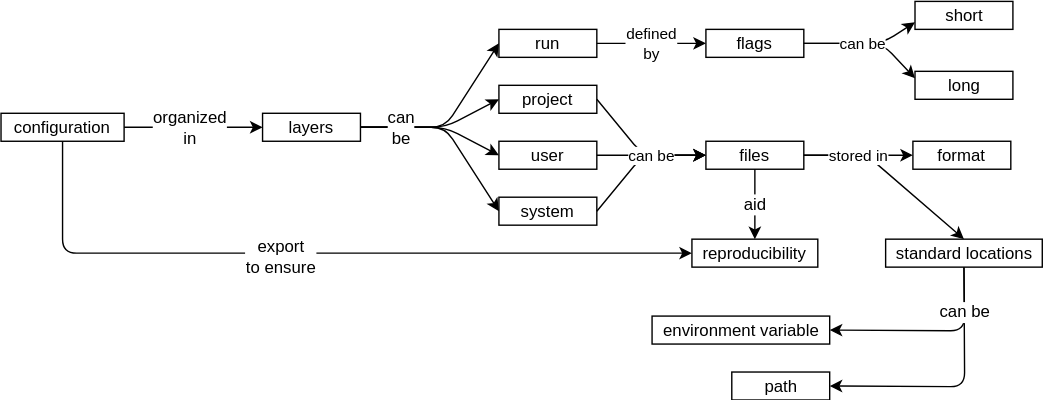
Above: en/program-configuration.svg in rstudio/concept-maps (draw.io), before the change. Source tidied: cells renumbered, new cells last; positions are measured from the earlier drawing's top-left corner, leaving out a move shared by most shapes.
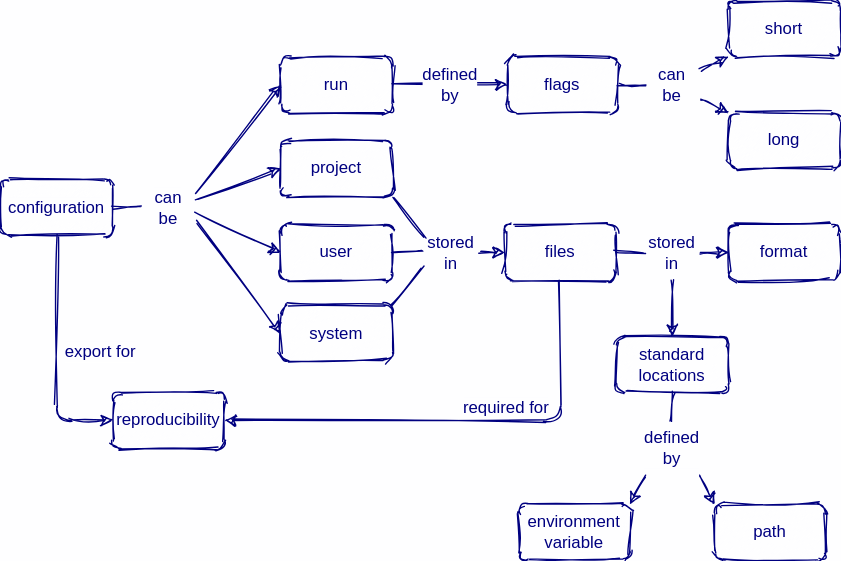
Above is the later version.

Commit message:
program configuration

Diff of the diagram source:
```diff
@@ -1,165 +1,144 @@
-<mxGraphModel>
+<mxGraphModel background="#FEFEFF">
   <root>
     <mxCell id="0" />
     <mxCell id="1" parent="0" />
-    <mxCell id="2" value="configuration" style="rounded=0;whiteSpace=wrap;html=1;" parent="1" vertex="1">
-      <mxGeometry y="80.5" width="88" height="20" as="geometry" />
+    <mxCell id="2" value="configuration" style="whiteSpace=wrap;html=1;sketch=1;rounded=1;fontSize=12;fontColor=#000080;labelBackgroundColor=#FEFEFF;fillColor=#FEFEFF;strokeColor=#000080;" parent="1" vertex="1">
+      <mxGeometry x="30" y="115.5" width="80" height="40" as="geometry" />
     </mxCell>
-    <mxCell id="3" value="layers" style="rounded=0;whiteSpace=wrap;html=1;" parent="1" vertex="1">
-      <mxGeometry x="187" y="80.5" width="70" height="20" as="geometry" />
-    </mxCell>
-    <mxCell id="4" value="files" style="rounded=0;whiteSpace=wrap;html=1;" parent="1" vertex="1">
-      <mxGeometry x="504" y="100.5" width="70" height="20" as="geometry" />
+    <mxCell id="4" value="files" style="whiteSpace=wrap;html=1;sketch=1;rounded=1;fontSize=12;fontColor=#000080;labelBackgroundColor=#FEFEFF;fillColor=#FEFEFF;strokeColor=#000080;" parent="1" vertex="1">
+      <mxGeometry x="390" y="148" width="80" height="40" as="geometry" />
     </mxCell>
-    <mxCell id="5" value="system" style="rounded=0;whiteSpace=wrap;html=1;" parent="1" vertex="1">
-      <mxGeometry x="356" y="140.5" width="70" height="20" as="geometry" />
+    <mxCell id="5" value="system" style="whiteSpace=wrap;html=1;sketch=1;rounded=1;fontSize=12;fontColor=#000080;labelBackgroundColor=#FEFEFF;fillColor=#FEFEFF;strokeColor=#000080;" parent="1" vertex="1">
+      <mxGeometry x="230" y="205.5" width="80" height="40" as="geometry" />
     </mxCell>
-    <mxCell id="6" value="user" style="rounded=0;whiteSpace=wrap;html=1;" parent="1" vertex="1">
-      <mxGeometry x="356" y="100.5" width="70" height="20" as="geometry" />
+    <mxCell id="6" value="user" style="whiteSpace=wrap;html=1;sketch=1;rounded=1;fontSize=12;fontColor=#000080;labelBackgroundColor=#FEFEFF;fillColor=#FEFEFF;strokeColor=#000080;" parent="1" vertex="1">
+      <mxGeometry x="230" y="148" width="80" height="40" as="geometry" />
     </mxCell>
-    <mxCell id="7" value="project" style="rounded=0;whiteSpace=wrap;html=1;" parent="1" vertex="1">
-      <mxGeometry x="356" y="60.5" width="70" height="20" as="geometry" />
+    <mxCell id="7" value="project" style="whiteSpace=wrap;html=1;sketch=1;rounded=1;fontSize=12;fontColor=#000080;labelBackgroundColor=#FEFEFF;fillColor=#FEFEFF;strokeColor=#000080;" parent="1" vertex="1">
+      <mxGeometry x="230" y="88" width="80" height="40" as="geometry" />
     </mxCell>
-    <mxCell id="8" value="run" style="rounded=0;whiteSpace=wrap;html=1;" parent="1" vertex="1">
-      <mxGeometry x="356" y="20.5" width="70" height="20" as="geometry" />
+    <mxCell id="8" value="run" style="whiteSpace=wrap;html=1;sketch=1;rounded=1;fontSize=12;fontColor=#000080;labelBackgroundColor=#FEFEFF;fillColor=#FEFEFF;strokeColor=#000080;" parent="1" vertex="1">
+      <mxGeometry x="230" y="28" width="80" height="40" as="geometry" />
     </mxCell>
-    <mxCell id="9" value="format" style="rounded=0;whiteSpace=wrap;html=1;" parent="1" vertex="1">
-      <mxGeometry x="652" y="100.5" width="70" height="20" as="geometry" />
+    <mxCell id="9" value="format" style="whiteSpace=wrap;html=1;sketch=1;rounded=1;fontSize=12;fontColor=#000080;labelBackgroundColor=#FEFEFF;fillColor=#FEFEFF;strokeColor=#000080;" parent="1" vertex="1">
+      <mxGeometry x="550" y="148" width="80" height="40" as="geometry" />
     </mxCell>
-    <mxCell id="10" value="reproducibility" style="rounded=0;whiteSpace=wrap;html=1;" parent="1" vertex="1">
-      <mxGeometry x="494" y="170.5" width="90" height="20" as="geometry" />
+    <mxCell id="10" value="reproducibility" style="whiteSpace=wrap;html=1;sketch=1;rounded=1;fontSize=12;fontColor=#000080;labelBackgroundColor=#FEFEFF;fillColor=#FEFEFF;strokeColor=#000080;" parent="1" vertex="1">
+      <mxGeometry x="110" y="268" width="80" height="40" as="geometry" />
     </mxCell>
-    <mxCell id="11" value="flags" style="rounded=0;whiteSpace=wrap;html=1;" parent="1" vertex="1">
-      <mxGeometry x="504" y="20.5" width="70" height="20" as="geometry" />
+    <mxCell id="11" value="flags" style="whiteSpace=wrap;html=1;sketch=1;rounded=1;fontSize=12;fontColor=#000080;labelBackgroundColor=#FEFEFF;fillColor=#FEFEFF;strokeColor=#000080;" parent="1" vertex="1">
+      <mxGeometry x="392" y="28" width="79" height="40" as="geometry" />
     </mxCell>
-    <mxCell id="12" value="short" style="rounded=0;whiteSpace=wrap;html=1;" parent="1" vertex="1">
-      <mxGeometry x="653.5" y="0.5" width="70" height="20" as="geometry" />
+    <mxCell id="12" value="short" style="whiteSpace=wrap;html=1;sketch=1;rounded=1;fontSize=12;fontColor=#000080;labelBackgroundColor=#FEFEFF;fillColor=#FEFEFF;strokeColor=#000080;" parent="1" vertex="1">
+      <mxGeometry x="550" y="-12" width="80" height="40" as="geometry" />
     </mxCell>
-    <mxCell id="13" value="long" style="rounded=0;whiteSpace=wrap;html=1;" parent="1" vertex="1">
-      <mxGeometry x="653.5" y="50.5" width="70" height="20" as="geometry" />
+    <mxCell id="13" value="long" style="whiteSpace=wrap;html=1;sketch=1;rounded=1;fontSize=12;fontColor=#000080;labelBackgroundColor=#FEFEFF;fillColor=#FEFEFF;strokeColor=#000080;" parent="1" vertex="1">
+      <mxGeometry x="550" y="68" width="80" height="40" as="geometry" />
     </mxCell>
-    <mxCell id="14" style="endArrow=classic;html=1;entryX=0;entryY=0.5;entryDx=0;entryDy=0;exitX=1;exitY=0.5;exitDx=0;exitDy=0;" parent="1" edge="1" source="2" target="3">
-      <mxGeometry relative="1" as="geometry" />
-    </mxCell>
-    <mxCell id="15" value="organized&lt;br&gt;in" style="text;html=1;align=center;verticalAlign=middle;labelBackgroundColor=#ffffff;" parent="14" vertex="1">
-      <mxGeometry x="-0.07" relative="1" as="geometry" />
-    </mxCell>
-    <mxCell id="16" style="endArrow=classic;html=1;entryX=0;entryY=0.5;entryDx=0;entryDy=0;exitX=1;exitY=0.5;exitDx=0;exitDy=0;" parent="1" edge="1" source="3" target="8">
-      <mxGeometry relative="1" as="geometry">
-        <Array as="points">
-          <mxPoint x="317.5" y="90.5" />
-        </Array>
-      </mxGeometry>
+    <mxCell id="16" style="endArrow=classic;html=1;entryX=0;entryY=0.5;entryDx=0;entryDy=0;exitX=1;exitY=0;exitDx=0;exitDy=0;sketch=1;fontSize=12;fontColor=#000080;labelBackgroundColor=#FEFEFF;strokeColor=#000080;" parent="1" edge="1" source="39" target="8">
+      <mxGeometry relative="1" as="geometry" />
     </mxCell>
-    <mxCell id="17" style="endArrow=classic;html=1;entryX=0;entryY=0.5;entryDx=0;entryDy=0;exitX=1;exitY=0.5;exitDx=0;exitDy=0;" parent="1" edge="1" source="3" target="7">
-      <mxGeometry relative="1" as="geometry">
-        <Array as="points">
-          <mxPoint x="317.5" y="90.5" />
-        </Array>
-      </mxGeometry>
+    <mxCell id="17" style="endArrow=classic;html=1;entryX=0;entryY=0.5;entryDx=0;entryDy=0;exitX=1;exitY=0.25;exitDx=0;exitDy=0;sketch=1;fontSize=12;fontColor=#000080;labelBackgroundColor=#FEFEFF;strokeColor=#000080;" parent="1" edge="1" source="39" target="7">
+      <mxGeometry relative="1" as="geometry" />
     </mxCell>
-    <mxCell id="18" style="endArrow=classic;html=1;entryX=0;entryY=0.5;entryDx=0;entryDy=0;exitX=1;exitY=0.5;exitDx=0;exitDy=0;" parent="1" edge="1" source="3" target="6">
-      <mxGeometry relative="1" as="geometry">
-        <Array as="points">
-          <mxPoint x="317.5" y="90.5" />
-        </Array>
-      </mxGeometry>
+    <mxCell id="18" style="endArrow=classic;html=1;entryX=0;entryY=0.5;entryDx=0;entryDy=0;exitX=1;exitY=0.75;exitDx=0;exitDy=0;sketch=1;fontSize=12;fontColor=#000080;labelBackgroundColor=#FEFEFF;strokeColor=#000080;" parent="1" edge="1" source="39" target="6">
+      <mxGeometry relative="1" as="geometry" />
     </mxCell>
-    <mxCell id="19" style="endArrow=classic;html=1;entryX=0;entryY=0.5;entryDx=0;entryDy=0;exitX=1;exitY=0.5;exitDx=0;exitDy=0;" parent="1" edge="1" source="3" target="5">
-      <mxGeometry relative="1" as="geometry">
-        <Array as="points">
-          <mxPoint x="317.5" y="90.5" />
-        </Array>
-      </mxGeometry>
+    <mxCell id="19" style="endArrow=classic;html=1;entryX=0;entryY=0.5;entryDx=0;entryDy=0;exitX=1;exitY=1;exitDx=0;exitDy=0;sketch=1;fontSize=12;fontColor=#000080;labelBackgroundColor=#FEFEFF;strokeColor=#000080;" parent="1" edge="1" source="39" target="5">
+      <mxGeometry relative="1" as="geometry" />
     </mxCell>
-    <mxCell id="20" value="can&lt;br&gt;be" style="text;html=1;align=center;verticalAlign=middle;labelBackgroundColor=#ffffff;" parent="19" vertex="1">
-      <mxGeometry x="-0.58" relative="1" as="geometry" />
-    </mxCell>
-    <mxCell id="21" value="defined&lt;br&gt;by" style="endArrow=classic;html=1;entryX=0;entryY=0.5;entryDx=0;entryDy=0;exitX=1;exitY=0.5;exitDx=0;exitDy=0;" parent="1" edge="1" source="8" target="11">
+    <mxCell id="21" value="defined&lt;br style=&quot;font-size: 12px;&quot;&gt;by" style="endArrow=classic;html=1;entryX=0;entryY=0.5;entryDx=0;entryDy=0;exitX=1;exitY=0.5;exitDx=0;exitDy=0;sketch=1;fontSize=12;fontColor=#000080;labelBackgroundColor=#FEFEFF;strokeColor=#000080;" parent="1" edge="1" source="8" target="11">
       <mxGeometry relative="1" as="geometry" />
     </mxCell>
-    <mxCell id="22" style="endArrow=classic;html=1;exitX=1;exitY=0.5;exitDx=0;exitDy=0;entryX=0;entryY=0.5;entryDx=0;entryDy=0;" parent="1" edge="1" source="7" target="4">
-      <mxGeometry relative="1" as="geometry">
-        <Array as="points">
-          <mxPoint x="459" y="110.5" />
-        </Array>
-      </mxGeometry>
-    </mxCell>
-    <mxCell id="23" style="endArrow=classic;html=1;exitX=1;exitY=0.5;exitDx=0;exitDy=0;entryX=0;entryY=0.5;entryDx=0;entryDy=0;" parent="1" edge="1" source="5" target="4">
-      <mxGeometry relative="1" as="geometry">
-        <Array as="points">
-          <mxPoint x="459" y="110.5" />
-        </Array>
-      </mxGeometry>
-    </mxCell>
-    <mxCell id="24" style="endArrow=classic;html=1;entryX=0;entryY=0.25;entryDx=0;entryDy=0;exitX=1;exitY=0.5;exitDx=0;exitDy=0;" parent="1" edge="1" source="11" target="13">
-      <mxGeometry relative="1" as="geometry">
-        <Array as="points">
-          <mxPoint x="630" y="30.5" />
-        </Array>
-      </mxGeometry>
-    </mxCell>
-    <mxCell id="25" style="endArrow=classic;html=1;entryX=0.5;entryY=0;entryDx=0;entryDy=0;exitX=0.5;exitY=1;exitDx=0;exitDy=0;" parent="1" edge="1" source="4" target="10">
-      <mxGeometry relative="1" as="geometry" />
+    <mxCell id="25" style="endArrow=classic;html=1;entryX=1;entryY=0.5;entryDx=0;entryDy=0;exitX=0.5;exitY=1;exitDx=0;exitDy=0;sketch=1;fontSize=12;fontColor=#000080;labelBackgroundColor=#FEFEFF;strokeColor=#000080;" parent="1" edge="1" source="4" target="10">
+      <mxGeometry relative="1" as="geometry">
+        <Array as="points">
+          <mxPoint x="430" y="288" />
+        </Array>
+      </mxGeometry>
     </mxCell>
-    <mxCell id="26" value="aid" style="text;html=1;align=center;verticalAlign=middle;labelBackgroundColor=#ffffff;" parent="25" vertex="1">
-      <mxGeometry y="-1" relative="1" as="geometry" />
+    <mxCell id="26" value="required for" style="text;html=1;align=center;verticalAlign=middle;labelBackgroundColor=#FEFEFF;sketch=1;rounded=1;fontSize=12;fontColor=#000080;" parent="25" vertex="1">
+      <mxGeometry y="-1" relative="1" as="geometry">
+        <mxPoint x="30" y="-9" as="offset" />
+      </mxGeometry>
     </mxCell>
-    <mxCell id="27" style="endArrow=classic;html=1;entryX=0;entryY=0.5;entryDx=0;entryDy=0;exitX=0.5;exitY=1;exitDx=0;exitDy=0;" parent="1" edge="1" source="2" target="10">
+    <mxCell id="27" style="endArrow=classic;html=1;entryX=0;entryY=0.5;entryDx=0;entryDy=0;exitX=0.5;exitY=1;exitDx=0;exitDy=0;sketch=1;fontSize=12;fontColor=#000080;labelBackgroundColor=#FEFEFF;strokeColor=#000080;" parent="1" edge="1" source="2" target="10">
       <mxGeometry relative="1" as="geometry">
         <Array as="points">
-          <mxPoint x="44" y="180.5" />
+          <mxPoint x="70" y="288" />
         </Array>
       </mxGeometry>
     </mxCell>
-    <mxCell id="28" value="export&lt;br&gt;to ensure" style="text;html=1;align=center;verticalAlign=middle;labelBackgroundColor=#ffffff;" parent="27" vertex="1">
-      <mxGeometry x="-0.11" y="-2" relative="1" as="geometry" />
+    <mxCell id="28" value="export for" style="text;html=1;align=center;verticalAlign=middle;labelBackgroundColor=#FEFEFF;sketch=1;rounded=1;fontSize=12;fontColor=#000080;" parent="27" vertex="1">
+      <mxGeometry x="-0.11" y="-2" relative="1" as="geometry">
+        <mxPoint x="32" y="6.5" as="offset" />
+      </mxGeometry>
     </mxCell>
-    <mxCell id="29" value="standard locations" style="rounded=0;whiteSpace=wrap;html=1;" parent="1" vertex="1">
-      <mxGeometry x="632.5" y="170.5" width="112" height="20" as="geometry" />
+    <mxCell id="29" value="standard&lt;br style=&quot;font-size: 12px;&quot;&gt;locations" style="whiteSpace=wrap;html=1;sketch=1;rounded=1;fontSize=12;fontColor=#000080;labelBackgroundColor=#FEFEFF;fillColor=#FEFEFF;strokeColor=#000080;" parent="1" vertex="1">
+      <mxGeometry x="470" y="228" width="80" height="40" as="geometry" />
     </mxCell>
-    <mxCell id="30" style="endArrow=classic;html=1;entryX=0.5;entryY=0;entryDx=0;entryDy=0;exitX=1;exitY=0.5;exitDx=0;exitDy=0;" parent="1" edge="1" source="4" target="29">
-      <mxGeometry relative="1" as="geometry">
-        <Array as="points">
-          <mxPoint x="619" y="110.5" />
-        </Array>
-      </mxGeometry>
-    </mxCell>
-    <mxCell id="31" value="path" style="rounded=0;whiteSpace=wrap;html=1;" parent="1" vertex="1">
-      <mxGeometry x="522.5" y="265.5" width="70" height="20" as="geometry" />
+    <mxCell id="31" value="path" style="whiteSpace=wrap;html=1;sketch=1;rounded=1;fontSize=12;fontColor=#000080;labelBackgroundColor=#FEFEFF;fillColor=#FEFEFF;strokeColor=#000080;" parent="1" vertex="1">
+      <mxGeometry x="540" y="348" width="80" height="40" as="geometry" />
     </mxCell>
-    <mxCell id="32" value="environment variable" style="rounded=0;whiteSpace=wrap;html=1;" parent="1" vertex="1">
-      <mxGeometry x="465.5" y="225.5" width="127" height="20" as="geometry" />
+    <mxCell id="32" value="environment&lt;br style=&quot;font-size: 12px;&quot;&gt;variable" style="whiteSpace=wrap;html=1;sketch=1;rounded=1;fontSize=12;fontColor=#000080;labelBackgroundColor=#FEFEFF;fillColor=#FEFEFF;strokeColor=#000080;" parent="1" vertex="1">
+      <mxGeometry x="400" y="348" width="80" height="40" as="geometry" />
     </mxCell>
-    <mxCell id="33" value="can be" style="endArrow=classic;html=1;exitX=1;exitY=0.5;exitDx=0;exitDy=0;entryX=0;entryY=0.5;entryDx=0;entryDy=0;" parent="1" edge="1" source="6" target="4">
-      <mxGeometry relative="1" as="geometry" />
-    </mxCell>
-    <mxCell id="34" value="stored in" style="endArrow=classic;html=1;entryX=0;entryY=0.5;entryDx=0;entryDy=0;exitX=1;exitY=0.5;exitDx=0;exitDy=0;" parent="1" edge="1" source="4" target="9">
-      <mxGeometry relative="1" as="geometry" />
-    </mxCell>
-    <mxCell id="35" style="endArrow=classic;html=1;exitX=0.5;exitY=1;exitDx=0;exitDy=0;entryX=1;entryY=0.5;entryDx=0;entryDy=0;" parent="1" edge="1" source="29" target="32">
-      <mxGeometry relative="1" as="geometry">
-        <Array as="points">
-          <mxPoint x="689" y="236" />
-        </Array>
-      </mxGeometry>
-    </mxCell>
-    <mxCell id="36" style="endArrow=classic;html=1;entryX=1;entryY=0.5;entryDx=0;entryDy=0;exitX=0.5;exitY=1;exitDx=0;exitDy=0;" parent="1" edge="1" source="29" target="31">
-      <mxGeometry relative="1" as="geometry">
-        <Array as="points">
-          <mxPoint x="689" y="276" />
-        </Array>
-      </mxGeometry>
-    </mxCell>
-    <mxCell id="37" value="can be" style="text;html=1;align=center;verticalAlign=middle;labelBackgroundColor=#ffffff;" parent="36" vertex="1">
-      <mxGeometry x="-0.65" relative="1" as="geometry" />
-    </mxCell>
-    <mxCell id="38" value="can be" style="endArrow=classic;html=1;exitX=1;exitY=0.5;exitDx=0;exitDy=0;entryX=0;entryY=0.75;entryDx=0;entryDy=0;" parent="1" edge="1" source="11" target="12">
-      <mxGeometry relative="1" as="geometry">
-        <Array as="points">
-          <mxPoint x="630" y="30.5" />
-        </Array>
-      </mxGeometry>
-    </mxCell>
+    <mxCell id="39" value="can&lt;br style=&quot;font-size: 12px;&quot;&gt;be" style="text;html=1;strokeColor=none;fillColor=none;align=center;verticalAlign=middle;whiteSpace=wrap;sketch=1;rounded=1;fontSize=12;fontColor=#000080;labelBackgroundColor=#FEFEFF;" parent="1" vertex="1">
+      <mxGeometry x="130" y="125.5" width="40" height="20" as="geometry" />
+    </mxCell>
+    <mxCell id="40" style="endArrow=none;html=1;exitX=1;exitY=0.5;exitDx=0;exitDy=0;entryX=0;entryY=0.5;entryDx=0;entryDy=0;sketch=1;fontSize=12;fontColor=#000080;labelBackgroundColor=#FEFEFF;strokeColor=#000080;" parent="1" edge="1" source="2" target="39">
+      <mxGeometry relative="1" as="geometry" />
+    </mxCell>
+    <mxCell id="41" value="can&lt;br style=&quot;font-size: 12px;&quot;&gt;be" style="text;html=1;strokeColor=none;fillColor=none;align=center;verticalAlign=middle;whiteSpace=wrap;sketch=1;rounded=1;fontSize=12;fontColor=#000080;labelBackgroundColor=#FEFEFF;" parent="1" vertex="1">
+      <mxGeometry x="490" y="38" width="40" height="20" as="geometry" />
+    </mxCell>
+    <mxCell id="42" style="endArrow=none;html=1;entryX=0;entryY=0.5;entryDx=0;entryDy=0;exitX=1;exitY=0.5;exitDx=0;exitDy=0;sketch=1;fontSize=12;fontColor=#000080;labelBackgroundColor=#FEFEFF;strokeColor=#000080;" parent="1" edge="1" source="11" target="41">
+      <mxGeometry relative="1" as="geometry" />
+    </mxCell>
+    <mxCell id="43" style="endArrow=classic;html=1;entryX=0;entryY=1;entryDx=0;entryDy=0;exitX=1;exitY=0;exitDx=0;exitDy=0;sketch=1;fontSize=12;fontColor=#000080;labelBackgroundColor=#FEFEFF;strokeColor=#000080;" parent="1" edge="1" source="41" target="12">
+      <mxGeometry relative="1" as="geometry" />
+    </mxCell>
+    <mxCell id="44" style="endArrow=classic;html=1;entryX=0;entryY=0;entryDx=0;entryDy=0;exitX=1;exitY=1;exitDx=0;exitDy=0;sketch=1;fontSize=12;fontColor=#000080;labelBackgroundColor=#FEFEFF;strokeColor=#000080;" parent="1" edge="1" source="41" target="13">
+      <mxGeometry relative="1" as="geometry" />
+    </mxCell>
+    <mxCell id="45" value="stored&lt;br style=&quot;font-size: 12px;&quot;&gt;in" style="text;html=1;strokeColor=none;fillColor=none;align=center;verticalAlign=middle;whiteSpace=wrap;sketch=1;rounded=1;fontSize=12;fontColor=#000080;labelBackgroundColor=#FEFEFF;" parent="1" vertex="1">
+      <mxGeometry x="332" y="158" width="40" height="20" as="geometry" />
+    </mxCell>
+    <mxCell id="46" style="endArrow=none;html=1;entryX=0;entryY=0.5;entryDx=0;entryDy=0;exitX=1;exitY=0.5;exitDx=0;exitDy=0;sketch=1;fontSize=12;fontColor=#000080;labelBackgroundColor=#FEFEFF;strokeColor=#000080;" parent="1" edge="1" source="6" target="45">
+      <mxGeometry relative="1" as="geometry" />
+    </mxCell>
+    <mxCell id="47" style="endArrow=classic;html=1;entryX=0;entryY=0.5;entryDx=0;entryDy=0;exitX=1;exitY=0.5;exitDx=0;exitDy=0;sketch=1;fontSize=12;fontColor=#000080;labelBackgroundColor=#FEFEFF;strokeColor=#000080;" parent="1" edge="1" source="45" target="4">
+      <mxGeometry relative="1" as="geometry" />
+    </mxCell>
+    <mxCell id="48" style="endArrow=none;html=1;exitX=1;exitY=1;exitDx=0;exitDy=0;entryX=0;entryY=0;entryDx=0;entryDy=0;sketch=1;fontSize=12;fontColor=#000080;labelBackgroundColor=#FEFEFF;strokeColor=#000080;" parent="1" edge="1" source="7" target="45">
+      <mxGeometry relative="1" as="geometry" />
+    </mxCell>
+    <mxCell id="49" style="endArrow=none;html=1;exitX=1;exitY=0;exitDx=0;exitDy=0;entryX=0;entryY=1;entryDx=0;entryDy=0;sketch=1;fontSize=12;fontColor=#000080;labelBackgroundColor=#FEFEFF;strokeColor=#000080;" parent="1" edge="1" source="5" target="45">
+      <mxGeometry relative="1" as="geometry" />
+    </mxCell>
+    <mxCell id="50" value="stored&lt;br style=&quot;font-size: 12px;&quot;&gt;in" style="text;html=1;strokeColor=none;fillColor=none;align=center;verticalAlign=middle;whiteSpace=wrap;sketch=1;rounded=1;fontSize=12;fontColor=#000080;labelBackgroundColor=#FEFEFF;" parent="1" vertex="1">
+      <mxGeometry x="490" y="148" width="40" height="40" as="geometry" />
+    </mxCell>
+    <mxCell id="51" style="endArrow=none;html=1;entryX=0;entryY=0.5;entryDx=0;entryDy=0;exitX=1;exitY=0.5;exitDx=0;exitDy=0;sketch=1;fontSize=12;fontColor=#000080;labelBackgroundColor=#FEFEFF;strokeColor=#000080;" parent="1" edge="1" source="4" target="50">
+      <mxGeometry relative="1" as="geometry" />
+    </mxCell>
+    <mxCell id="52" style="endArrow=classic;html=1;entryX=0;entryY=0.5;entryDx=0;entryDy=0;exitX=1;exitY=0.5;exitDx=0;exitDy=0;sketch=1;fontSize=12;fontColor=#000080;labelBackgroundColor=#FEFEFF;strokeColor=#000080;" parent="1" edge="1" source="50" target="9">
+      <mxGeometry relative="1" as="geometry" />
+    </mxCell>
+    <mxCell id="53" style="endArrow=classic;html=1;entryX=0.5;entryY=0;entryDx=0;entryDy=0;exitX=0.5;exitY=1;exitDx=0;exitDy=0;sketch=1;fontSize=12;fontColor=#000080;labelBackgroundColor=#FEFEFF;strokeColor=#000080;" parent="1" edge="1" source="50" target="29">
+      <mxGeometry relative="1" as="geometry" />
+    </mxCell>
+    <mxCell id="54" value="defined&lt;br style=&quot;font-size: 12px;&quot;&gt;by" style="text;html=1;strokeColor=none;fillColor=none;align=center;verticalAlign=middle;whiteSpace=wrap;sketch=1;rounded=1;fontSize=12;fontColor=#000080;labelBackgroundColor=#FEFEFF;" parent="1" vertex="1">
+      <mxGeometry x="490" y="288" width="40" height="40" as="geometry" />
+    </mxCell>
+    <mxCell id="55" style="endArrow=none;html=1;entryX=0.5;entryY=0;entryDx=0;entryDy=0;exitX=0.5;exitY=1;exitDx=0;exitDy=0;sketch=1;fontSize=12;fontColor=#000080;labelBackgroundColor=#FEFEFF;strokeColor=#000080;" parent="1" edge="1" source="29" target="54">
+      <mxGeometry relative="1" as="geometry" />
+    </mxCell>
+    <mxCell id="56" style="endArrow=classic;html=1;entryX=0;entryY=0;entryDx=0;entryDy=0;exitX=1;exitY=1;exitDx=0;exitDy=0;sketch=1;fontSize=12;fontColor=#000080;labelBackgroundColor=#FEFEFF;strokeColor=#000080;" parent="1" edge="1" source="54" target="31">
+      <mxGeometry relative="1" as="geometry" />
+    </mxCell>
+    <mxCell id="57" style="endArrow=classic;html=1;entryX=1;entryY=0;entryDx=0;entryDy=0;exitX=0;exitY=1;exitDx=0;exitDy=0;sketch=1;fontSize=12;fontColor=#000080;labelBackgroundColor=#FEFEFF;strokeColor=#000080;" parent="1" edge="1" source="54" target="32">
+      <mxGeometry relative="1" as="geometry" />
+    </mxCell>
   </root>
 </mxGraphModel>
```
